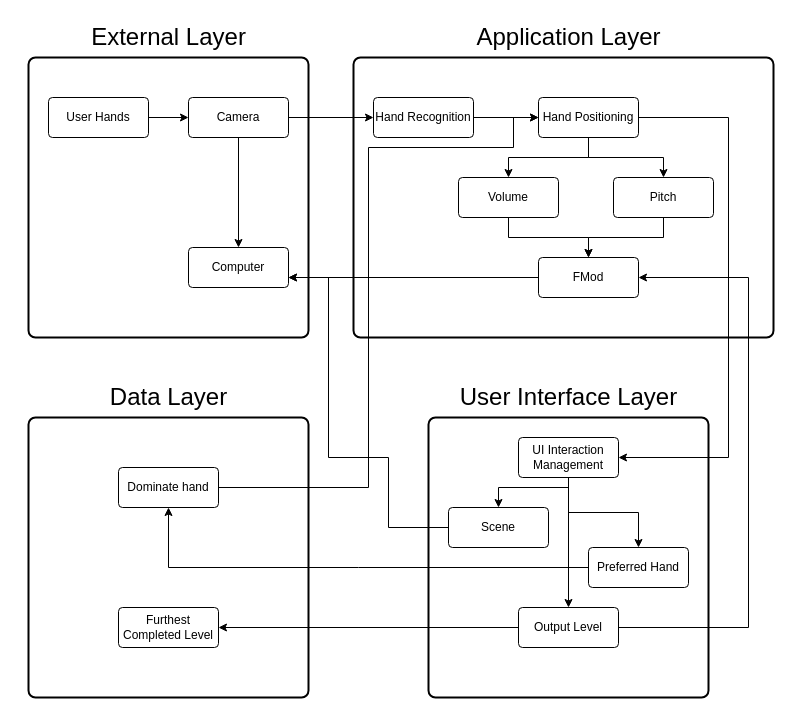
The draw.io diagram diagram.drawio in ScottFrazier17/ThereMelo, before the edit. Source tidied: cells renumbered, new cells numbered last; positions are measured from the earlier drawing's top-left corner, leaving out a move shared by most shapes. Both pictures are drawn from the tidied source at 100%, with x=0, y=0 at pixel (28, 17).
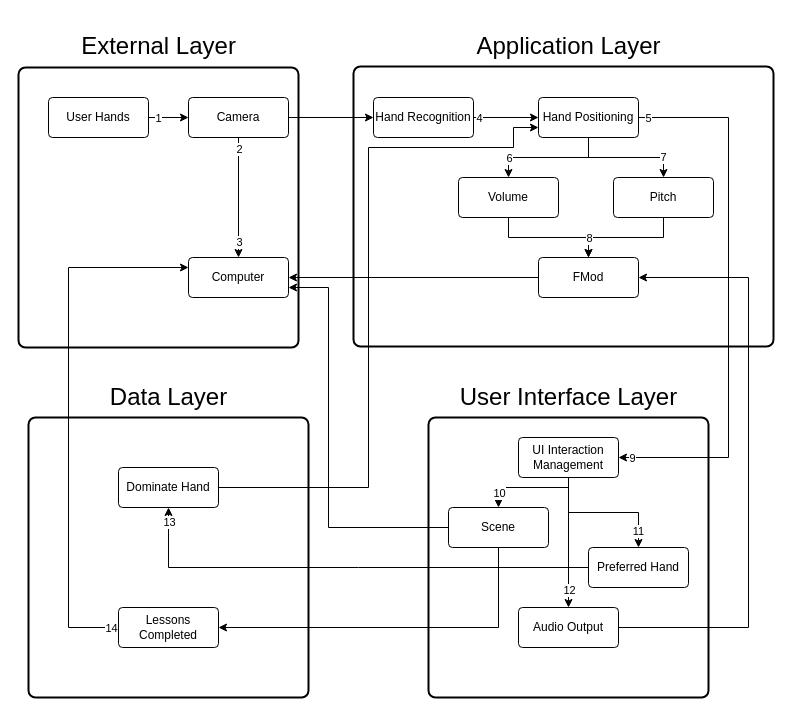
The same diagram, later.

The change refers to these unchanged cells:
```xml
<mxCell id="8" style="edgeStyle=orthogonalEdgeStyle;rounded=0;jettySize=auto;html=1;entryX=0.5;entryY=0;entryDx=0;entryDy=0;" parent="1" edge="1" source="11" target="24">
  <mxGeometry relative="1" as="geometry" />
</mxCell>
<mxCell id="10" style="edgeStyle=orthogonalEdgeStyle;rounded=0;jettySize=auto;html=1;" parent="1" edge="1" source="11" target="35">
  <mxGeometry relative="1" as="geometry">
    <Array as="points">
      <mxPoint x="700" y="100" />
      <mxPoint x="700" y="440" />
    </Array>
  </mxGeometry>
</mxCell>
<mxCell id="11" value="Hand Positioning" style="rounded=1;arcSize=10;whiteSpace=wrap;html=1;align=center;" parent="1" vertex="1">
  <mxGeometry x="510" y="80" width="100" height="40" as="geometry" />
</mxCell>
<mxCell id="14" style="edgeStyle=orthogonalEdgeStyle;rounded=0;jettySize=auto;html=1;entryX=0.5;entryY=0;entryDx=0;entryDy=0;" parent="1" edge="1" source="15" target="12">
  <mxGeometry relative="1" as="geometry" />
</mxCell>
<mxCell id="16" style="edgeStyle=orthogonalEdgeStyle;rounded=0;jettySize=auto;html=1;entryX=0;entryY=0.5;entryDx=0;entryDy=0;" parent="1" edge="1" source="17" target="11">
  <mxGeometry relative="1" as="geometry" />
</mxCell>
<mxCell id="22" value="Pitch" style="rounded=1;arcSize=10;whiteSpace=wrap;html=1;align=center;" parent="1" vertex="1">
  <mxGeometry x="585" y="160" width="100" height="40" as="geometry" />
</mxCell>
<mxCell id="23" style="edgeStyle=orthogonalEdgeStyle;rounded=0;jettySize=auto;html=1;entryX=0.5;entryY=0;entryDx=0;entryDy=0;" parent="1" edge="1" source="24" target="19">
  <mxGeometry relative="1" as="geometry" />
</mxCell>
<mxCell id="26" value="Scene" style="rounded=1;arcSize=10;whiteSpace=wrap;html=1;align=center;" parent="1" vertex="1">
  <mxGeometry x="420" y="490" width="100" height="40" as="geometry" />
</mxCell>
<mxCell id="27" style="edgeStyle=orthogonalEdgeStyle;rounded=0;jettySize=auto;html=1;entryX=0;entryY=0.5;entryDx=0;entryDy=0;" parent="1" edge="1" source="28" target="15">
  <mxGeometry relative="1" as="geometry" />
</mxCell>
<mxCell id="32" style="edgeStyle=orthogonalEdgeStyle;rounded=0;jettySize=auto;html=1;" parent="1" edge="1" source="35" target="26">
  <mxGeometry relative="1" as="geometry">
    <Array as="points">
      <mxPoint x="540" y="470" />
      <mxPoint x="470" y="470" />
    </Array>
  </mxGeometry>
</mxCell>
<mxCell id="33" style="edgeStyle=orthogonalEdgeStyle;rounded=0;jettySize=auto;html=1;entryX=0.5;entryY=0;entryDx=0;entryDy=0;" parent="1" edge="1" source="35" target="31">
  <mxGeometry relative="1" as="geometry" />
</mxCell>
<mxCell id="34" style="edgeStyle=orthogonalEdgeStyle;rounded=0;jettySize=auto;html=1;entryX=0.5;entryY=0;entryDx=0;entryDy=0;" parent="1" edge="1" source="35" target="36">
  <mxGeometry relative="1" as="geometry" />
</mxCell>
<mxCell id="40" style="endArrow=classic;html=1;rounded=0;exitX=0;exitY=0.5;exitDx=0;exitDy=0;entryX=0.5;entryY=1;entryDx=0;entryDy=0;" parent="1" edge="1" source="36" target="39">
  <mxGeometry relative="1" as="geometry">
    <Array as="points">
      <mxPoint x="330" y="550" />
      <mxPoint x="140" y="550" />
    </Array>
  </mxGeometry>
</mxCell>
```

Change to the diagram source:
```diff
@@
     <mxCell id="3" style="rounded=1;whiteSpace=wrap;html=1;absoluteArcSize=1;arcSize=14;strokeWidth=2;" parent="1" vertex="1">
-      <mxGeometry x="325" y="40" width="420" height="280" as="geometry" />
+      <mxGeometry x="325" y="49" width="420" height="280" as="geometry" />
     </mxCell>
     <mxCell id="4" style="rounded=1;whiteSpace=wrap;html=1;absoluteArcSize=1;arcSize=14;strokeWidth=2;" parent="1" vertex="1">
-      <mxGeometry y="40" width="280" height="280" as="geometry" />
+      <mxGeometry x="-10" y="50" width="280" height="280" as="geometry" />
     </mxCell>
@@
     <mxCell id="6" value="Application Layer" style="text;html=1;align=center;verticalAlign=middle;strokeColor=none;fillColor=none;fontSize=24;" parent="1" vertex="1">
-      <mxGeometry x="435" width="210" height="40" as="geometry" />
+      <mxGeometry x="435" y="9" width="210" height="40" as="geometry" />
     </mxCell>
     <mxCell id="7" value="External Layer" style="text;html=1;align=center;verticalAlign=middle;strokeColor=none;fillColor=none;fontSize=24;" parent="1" vertex="1">
-      <mxGeometry x="50" width="180" height="40" as="geometry" />
+      <mxGeometry x="40" y="9" width="180" height="40" as="geometry" />
     </mxCell>
@@
+    <mxCell id="42" value="6" style="edgeLabel;html=1;align=center;verticalAlign=middle;" parent="8" vertex="1">
+      <mxGeometry x="-0.14" relative="1" as="geometry">
+        <mxPoint x="-48" as="offset" />
+      </mxGeometry>
+    </mxCell>
-    <mxCell id="9" style="edgeStyle=orthogonalEdgeStyle;rounded=0;jettySize=auto;html=1;entryX=0.5;entryY=0;entryDx=0;entryDy=0;" parent="1" edge="1" source="11" target="22">
-      <mxGeometry relative="1" as="geometry" />
+    <mxCell id="9" value="7" style="edgeStyle=orthogonalEdgeStyle;rounded=0;jettySize=auto;html=1;entryX=0.5;entryY=0;entryDx=0;entryDy=0;" parent="1" edge="1" source="11" target="22">
+      <mxGeometry x="0.65" relative="1" as="geometry" />
     </mxCell>
@@
+    <mxCell id="43" value="5" style="edgeLabel;html=1;align=center;verticalAlign=middle;" parent="10" vertex="1">
+      <mxGeometry x="-0.84" y="1" relative="1" as="geometry">
+        <mxPoint x="-34" y="1" as="offset" />
+      </mxGeometry>
+    </mxCell>
+    <mxCell id="44" value="9" style="edgeLabel;html=1;align=center;verticalAlign=middle;" parent="10" vertex="1">
+      <mxGeometry x="0.95" relative="1" as="geometry" />
+    </mxCell>
@@
     <mxCell id="12" value="Computer" style="rounded=1;arcSize=10;whiteSpace=wrap;html=1;align=center;" parent="1" vertex="1">
-      <mxGeometry x="160" y="230" width="100" height="40" as="geometry" />
+      <mxGeometry x="160" y="240" width="100" height="40" as="geometry" />
     </mxCell>
@@
+    <mxCell id="45" value="2" style="edgeLabel;html=1;align=center;verticalAlign=middle;" parent="14" vertex="1">
+      <mxGeometry x="-0.24" y="-2" relative="1" as="geometry">
+        <mxPoint x="2" y="-35" as="offset" />
+      </mxGeometry>
+    </mxCell>
+    <mxCell id="46" value="3" style="edgeLabel;html=1;align=center;verticalAlign=middle;" parent="14" vertex="1">
+      <mxGeometry x="0.78" relative="1" as="geometry">
+        <mxPoint y="-3" as="offset" />
+      </mxGeometry>
+    </mxCell>
@@
+    <mxCell id="47" value="4" style="edgeLabel;html=1;align=center;verticalAlign=middle;" parent="16" vertex="1">
+      <mxGeometry x="-0.35" relative="1" as="geometry">
+        <mxPoint x="-16" as="offset" />
+      </mxGeometry>
+    </mxCell>
@@
+    <mxCell id="48" value="8" style="edgeLabel;html=1;align=center;verticalAlign=middle;" parent="23" vertex="1">
+      <mxGeometry x="-0.25" relative="1" as="geometry">
+        <mxPoint x="55" as="offset" />
+      </mxGeometry>
+    </mxCell>
@@
-    <mxCell id="25" style="edgeStyle=orthogonalEdgeStyle;rounded=0;jettySize=auto;html=1;exitX=0;exitY=0.5;exitDx=0;exitDy=0;" parent="1" edge="1" source="26">
+    <mxCell id="25" style="edgeStyle=orthogonalEdgeStyle;rounded=0;jettySize=auto;html=1;exitX=0;exitY=0.5;exitDx=0;exitDy=0;entryX=1;entryY=0.75;entryDx=0;entryDy=0;" parent="1" edge="1" source="26" target="12">
       <mxGeometry relative="1" as="geometry">
-        <mxPoint x="260" y="260" as="targetPoint" />
         <Array as="points">
-          <mxPoint x="360" y="510" />
-          <mxPoint x="360" y="440" />
-          <mxPoint x="300" y="440" />
-          <mxPoint x="300" y="260" />
+          <mxPoint x="300" y="510" />
+          <mxPoint x="300" y="270" />
         </Array>
       </mxGeometry>
     </mxCell>
+    <mxCell id="49" style="edgeStyle=orthogonalEdgeStyle;rounded=0;jettySize=auto;html=1;entryX=1;entryY=0.5;entryDx=0;entryDy=0;" parent="1" edge="1" source="26" target="57">
+      <mxGeometry relative="1" as="geometry">
+        <Array as="points">
+          <mxPoint x="470" y="610" />
+        </Array>
+      </mxGeometry>
+    </mxCell>
@@
+    <mxCell id="50" value="1" style="edgeLabel;html=1;align=center;verticalAlign=middle;" parent="27" vertex="1">
+      <mxGeometry x="-0.13" y="-1" relative="1" as="geometry">
+        <mxPoint x="-8" y="-1" as="offset" />
+      </mxGeometry>
+    </mxCell>
@@
-    <mxCell id="31" value="Output Level" style="rounded=1;arcSize=10;whiteSpace=wrap;html=1;align=center;" parent="1" vertex="1">
+    <mxCell id="31" value="Audio Output" style="rounded=1;arcSize=10;whiteSpace=wrap;html=1;align=center;" parent="1" vertex="1">
       <mxGeometry x="490" y="590" width="100" height="40" as="geometry" />
     </mxCell>
@@
+    <mxCell id="51" value="10" style="edgeLabel;html=1;align=center;verticalAlign=middle;" parent="32" vertex="1">
+      <mxGeometry x="0.7" relative="1" as="geometry" />
+    </mxCell>
@@
+    <mxCell id="52" value="12" style="edgeLabel;html=1;align=center;verticalAlign=middle;" parent="33" vertex="1">
+      <mxGeometry x="0.72" relative="1" as="geometry" />
+    </mxCell>
@@
+    <mxCell id="53" value="11" style="edgeLabel;html=1;align=center;verticalAlign=middle;" parent="34" vertex="1">
+      <mxGeometry x="0.75" y="-1" relative="1" as="geometry" />
+    </mxCell>
@@
-    <mxCell id="37" style="edgeStyle=orthogonalEdgeStyle;rounded=0;jettySize=auto;html=1;entryX=1;entryY=0.5;entryDx=0;entryDy=0;" parent="1" edge="1" source="31" target="38">
-      <mxGeometry relative="1" as="geometry" />
-    </mxCell>
-    <mxCell id="38" value="Furthest Completed Level" style="rounded=1;arcSize=10;whiteSpace=wrap;html=1;align=center;" parent="1" vertex="1">
-      <mxGeometry x="90" y="590" width="100" height="40" as="geometry" />
-    </mxCell>
-    <mxCell id="39" value="Dominate hand" style="rounded=1;arcSize=10;whiteSpace=wrap;html=1;align=center;" parent="1" vertex="1">
+    <mxCell id="39" value="Dominate Hand" style="rounded=1;arcSize=10;whiteSpace=wrap;html=1;align=center;" parent="1" vertex="1">
       <mxGeometry x="90" y="450" width="100" height="40" as="geometry" />
     </mxCell>
@@
+    <mxCell id="54" value="13" style="edgeLabel;html=1;align=center;verticalAlign=middle;" parent="40" vertex="1">
+      <mxGeometry x="0.94" relative="1" as="geometry" />
+    </mxCell>
     <mxCell id="41" style="edgeStyle=orthogonalEdgeStyle;rounded=0;jettySize=auto;html=1;exitX=1;exitY=0.5;exitDx=0;exitDy=0;" parent="1" edge="1" source="39">
       <mxGeometry relative="1" as="geometry">
-        <mxPoint x="510" y="100" as="targetPoint" />
+        <mxPoint x="510" y="110" as="targetPoint" />
         <Array as="points">
           <mxPoint x="340" y="470" />
           <mxPoint x="340" y="130" />
           <mxPoint x="485" y="130" />
+          <mxPoint x="485" y="110" />
+          <mxPoint x="510" y="110" />
         </Array>
       </mxGeometry>
     </mxCell>
+    <mxCell id="55" style="edgeStyle=orthogonalEdgeStyle;rounded=0;jettySize=auto;html=1;entryX=0;entryY=0.25;entryDx=0;entryDy=0;" parent="1" edge="1" source="57" target="12">
+      <mxGeometry relative="1" as="geometry">
+        <Array as="points">
+          <mxPoint x="40" y="610" />
+          <mxPoint x="40" y="250" />
+        </Array>
+      </mxGeometry>
+    </mxCell>
+    <mxCell id="56" value="14" style="edgeLabel;html=1;align=center;verticalAlign=middle;" parent="55" vertex="1">
+      <mxGeometry x="-0.97" relative="1" as="geometry" />
+    </mxCell>
+    <mxCell id="57" value="Lessons Completed" style="rounded=1;arcSize=10;whiteSpace=wrap;html=1;align=center;" parent="1" vertex="1">
+      <mxGeometry x="90" y="590" width="100" height="40" as="geometry" />
+    </mxCell>
```
